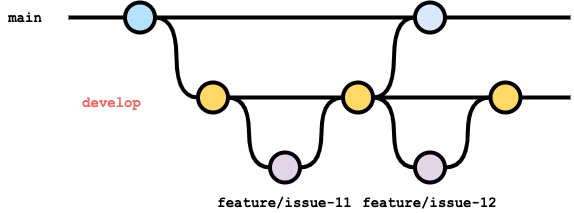
This is documents/forGitBranch/branch_strategy_develop.drawio.png from future-architect/coding-standards, a draw.io export, as it was before one commit. Source tidied: cells renumbered, new cells last; positions are measured from the earlier drawing's top-left corner, leaving out a move shared by most shapes. The source it was exported from:
```xml
<mxGraphModel>
  <root>
    <mxCell id="0" />
    <mxCell id="1" parent="0" />
    <mxCell id="2" style="edgeStyle=orthogonalEdgeStyle;rounded=0;html=1;jettySize=auto;plain-blue;endArrow=none;endFill=0;strokeWidth=4;strokeColor=#000000;" parent="1" edge="1" source="4" target="6">
      <mxGeometry x="304.5" y="180" as="geometry" />
    </mxCell>
    <mxCell id="3" style="edgeStyle=orthogonalEdgeStyle;curved=1;rounded=0;html=1;exitX=1;exitY=0.5;exitPerimeter=0;entryX=0;entryY=0.5;entryPerimeter=0;endArrow=none;endFill=0;jettySize=auto;strokeWidth=4;fontSize=15;" parent="1" edge="1" source="4" target="9">
      <mxGeometry relative="1" as="geometry" />
    </mxCell>
    <mxCell id="4" style="verticalLabelPosition=bottom;verticalAlign=top;html=1;strokeWidth=4;shape=mxgraph.flowchart.on-page_reference;plain-blue;gradientColor=none;fillColor=#B5E3Fe;strokeColor=#000000;" parent="1" vertex="1">
      <mxGeometry x="124.5" width="30" height="30" as="geometry" />
    </mxCell>
    <mxCell id="5" style="edgeStyle=orthogonalEdgeStyle;curved=1;rounded=0;jettySize=auto;html=1;endArrow=none;endFill=0;strokeWidth=4;fontFamily=Courier New;fontSize=16;" parent="1" edge="1" source="6">
      <mxGeometry relative="1" as="geometry">
        <mxPoint x="570" y="15" as="targetPoint" />
      </mxGeometry>
    </mxCell>
    <mxCell id="6" style="verticalLabelPosition=bottom;verticalAlign=top;html=1;strokeWidth=4;shape=mxgraph.flowchart.on-page_reference;plain-blue;gradientColor=none;strokeColor=#000000;" parent="1" vertex="1">
      <mxGeometry x="414.5" width="30" height="30" as="geometry" />
    </mxCell>
    <mxCell id="7" style="edgeStyle=orthogonalEdgeStyle;rounded=0;html=1;jettySize=auto;strokeWidth=4;endArrow=none;endFill=0;" parent="1" edge="1" target="4">
      <mxGeometry x="204.5" y="180" as="geometry">
        <mxPoint x="68" y="15" as="sourcePoint" />
      </mxGeometry>
    </mxCell>
    <mxCell id="8" value="main" style="text;html=1;strokeColor=none;fillColor=none;align=center;verticalAlign=middle;whiteSpace=wrap;overflow=hidden;fontSize=14;fontStyle=1;fontFamily=Courier New;" parent="1" vertex="1">
      <mxGeometry y="5" width="50" height="20" as="geometry" />
    </mxCell>
    <mxCell id="9" style="verticalLabelPosition=bottom;verticalAlign=top;html=1;strokeWidth=4;shape=mxgraph.flowchart.on-page_reference;plain-purple;gradientColor=none;strokeColor=#000000;fillColor=#FFD966;" parent="1" vertex="1">
      <mxGeometry x="197.5" y="80" width="30" height="30" as="geometry" />
    </mxCell>
    <mxCell id="10" style="verticalLabelPosition=bottom;verticalAlign=top;html=1;strokeWidth=4;shape=mxgraph.flowchart.on-page_reference;plain-purple;gradientColor=none;strokeColor=#000000;" parent="1" vertex="1">
      <mxGeometry x="269.5" y="150" width="30" height="30" as="geometry" />
    </mxCell>
    <mxCell id="11" style="edgeStyle=orthogonalEdgeStyle;curved=1;rounded=0;html=1;exitX=1;exitY=0.5;exitPerimeter=0;entryX=0;entryY=0.5;entryPerimeter=0;endArrow=none;endFill=0;jettySize=auto;strokeWidth=4;fontSize=15;" parent="1" edge="1" source="12" target="6">
      <mxGeometry relative="1" as="geometry" />
    </mxCell>
    <mxCell id="12" style="verticalLabelPosition=bottom;verticalAlign=top;html=1;strokeWidth=4;shape=mxgraph.flowchart.on-page_reference;plain-purple;gradientColor=none;strokeColor=#000000;fillColor=#FFD966;" parent="1" vertex="1">
      <mxGeometry x="342.5" y="80" width="30" height="30" as="geometry" />
    </mxCell>
    <mxCell id="13" value="develop" style="text;html=1;strokeColor=none;fillColor=none;align=center;verticalAlign=middle;whiteSpace=wrap;overflow=hidden;fontSize=14;fontStyle=1;fontFamily=Courier New;fontColor=#EA6B66;" parent="1" vertex="1">
      <mxGeometry x="30" y="90" width="162.5" height="20" as="geometry" />
    </mxCell>
    <mxCell id="14" value="feature/issue-11" style="text;html=1;strokeColor=none;fillColor=none;align=center;verticalAlign=middle;whiteSpace=wrap;overflow=hidden;fontSize=14;fontStyle=1;fontFamily=Courier New;" parent="1" vertex="1">
      <mxGeometry x="203.2" y="190" width="162.5" height="20" as="geometry" />
    </mxCell>
    <mxCell id="15" style="edgeStyle=orthogonalEdgeStyle;curved=1;rounded=0;html=1;exitX=1;exitY=0.5;exitPerimeter=0;entryX=0;entryY=0.5;entryPerimeter=0;endArrow=none;endFill=0;jettySize=auto;strokeWidth=4;fontSize=15;exitDx=0;exitDy=0;entryDx=0;entryDy=0;" parent="1" edge="1" source="9" target="10">
      <mxGeometry relative="1" as="geometry" />
    </mxCell>
    <mxCell id="16" style="edgeStyle=orthogonalEdgeStyle;rounded=0;html=1;jettySize=auto;plain-blue;endArrow=none;endFill=0;strokeWidth=4;strokeColor=#000000;exitX=1;exitY=0.5;exitDx=0;exitDy=0;exitPerimeter=0;" parent="1" edge="1" source="9">
      <mxGeometry x="304.5" y="180" as="geometry">
        <mxPoint x="340" y="95" as="targetPoint" />
      </mxGeometry>
    </mxCell>
    <mxCell id="17" style="edgeStyle=orthogonalEdgeStyle;curved=1;rounded=0;html=1;exitX=1;exitY=0.5;exitPerimeter=0;entryX=0;entryY=0.5;entryPerimeter=0;endArrow=none;endFill=0;jettySize=auto;strokeWidth=4;fontSize=15;exitDx=0;exitDy=0;entryDx=0;entryDy=0;" parent="1" edge="1" source="10" target="12">
      <mxGeometry relative="1" as="geometry" />
    </mxCell>
    <mxCell id="18" style="verticalLabelPosition=bottom;verticalAlign=top;html=1;strokeWidth=4;shape=mxgraph.flowchart.on-page_reference;plain-purple;gradientColor=none;strokeColor=#000000;" parent="1" vertex="1">
      <mxGeometry x="414.5" y="150" width="30" height="30" as="geometry" />
    </mxCell>
    <mxCell id="19" value="feature/issue-12" style="text;html=1;strokeColor=none;fillColor=none;align=center;verticalAlign=middle;whiteSpace=wrap;overflow=hidden;fontSize=14;fontStyle=1;fontFamily=Courier New;" parent="1" vertex="1">
      <mxGeometry x="348.2" y="190" width="162.5" height="20" as="geometry" />
    </mxCell>
    <mxCell id="20" style="edgeStyle=orthogonalEdgeStyle;rounded=0;html=1;jettySize=auto;plain-blue;endArrow=none;endFill=0;strokeWidth=4;strokeColor=#000000;exitX=1;exitY=0.5;exitDx=0;exitDy=0;exitPerimeter=0;" parent="1" edge="1" source="12" target="21">
      <mxGeometry x="304.5" y="180" as="geometry" />
    </mxCell>
    <mxCell id="21" style="verticalLabelPosition=bottom;verticalAlign=top;html=1;strokeWidth=4;shape=mxgraph.flowchart.on-page_reference;plain-purple;gradientColor=none;strokeColor=#000000;fillColor=#FFD966;" parent="1" vertex="1">
      <mxGeometry x="490" y="80" width="30" height="30" as="geometry" />
    </mxCell>
    <mxCell id="22" style="edgeStyle=orthogonalEdgeStyle;curved=1;rounded=0;html=1;exitX=0;exitY=0.5;exitPerimeter=0;entryX=1;entryY=0.5;entryPerimeter=0;endArrow=none;endFill=0;jettySize=auto;strokeWidth=4;fontSize=15;exitDx=0;exitDy=0;entryDx=0;entryDy=0;" parent="1" edge="1" source="18" target="12">
      <mxGeometry relative="1" as="geometry" />
    </mxCell>
    <mxCell id="23" style="edgeStyle=orthogonalEdgeStyle;curved=1;rounded=0;html=1;exitX=0;exitY=0.5;exitPerimeter=0;entryX=1;entryY=0.5;entryPerimeter=0;endArrow=none;endFill=0;jettySize=auto;strokeWidth=4;fontSize=15;exitDx=0;exitDy=0;entryDx=0;entryDy=0;" parent="1" edge="1" source="21" target="18">
      <mxGeometry relative="1" as="geometry" />
    </mxCell>
    <mxCell id="24" style="edgeStyle=orthogonalEdgeStyle;curved=1;rounded=0;jettySize=auto;html=1;endArrow=none;endFill=0;strokeWidth=4;fontFamily=Courier New;fontSize=16;exitX=1;exitY=0.5;exitDx=0;exitDy=0;exitPerimeter=0;" parent="1" edge="1" source="21">
      <mxGeometry relative="1" as="geometry">
        <mxPoint x="570" y="95" as="targetPoint" />
      </mxGeometry>
    </mxCell>
  </root>
</mxGraphModel>
```
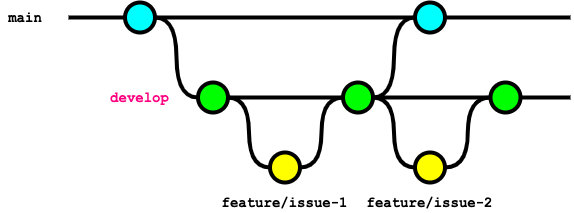
The same diagram one commit later.

What changed in the source:
```diff
@@ -2,13 +2,10 @@
   <root>
     <mxCell id="0" />
     <mxCell id="1" parent="0" />
-    <mxCell id="2" style="edgeStyle=orthogonalEdgeStyle;rounded=0;html=1;jettySize=auto;plain-blue;endArrow=none;endFill=0;strokeWidth=4;strokeColor=#000000;" parent="1" edge="1" source="4" target="6">
-      <mxGeometry x="304.5" y="180" as="geometry" />
-    </mxCell>
     <mxCell id="3" style="edgeStyle=orthogonalEdgeStyle;curved=1;rounded=0;html=1;exitX=1;exitY=0.5;exitPerimeter=0;entryX=0;entryY=0.5;entryPerimeter=0;endArrow=none;endFill=0;jettySize=auto;strokeWidth=4;fontSize=15;" parent="1" edge="1" source="4" target="9">
       <mxGeometry relative="1" as="geometry" />
     </mxCell>
-    <mxCell id="4" style="verticalLabelPosition=bottom;verticalAlign=top;html=1;strokeWidth=4;shape=mxgraph.flowchart.on-page_reference;plain-blue;gradientColor=none;fillColor=#B5E3Fe;strokeColor=#000000;" parent="1" vertex="1">
+    <mxCell id="4" style="verticalLabelPosition=bottom;verticalAlign=top;html=1;strokeWidth=4;shape=mxgraph.flowchart.on-page_reference;plain-blue;gradientColor=none;fillColor=#00FFFF;strokeColor=#000000;" parent="1" vertex="1">
       <mxGeometry x="124.5" width="30" height="30" as="geometry" />
     </mxCell>
     <mxCell id="5" style="edgeStyle=orthogonalEdgeStyle;curved=1;rounded=0;jettySize=auto;html=1;endArrow=none;endFill=0;strokeWidth=4;fontFamily=Courier New;fontSize=16;" parent="1" edge="1" source="6">
@@ -16,7 +13,7 @@
         <mxPoint x="570" y="15" as="targetPoint" />
       </mxGeometry>
     </mxCell>
-    <mxCell id="6" style="verticalLabelPosition=bottom;verticalAlign=top;html=1;strokeWidth=4;shape=mxgraph.flowchart.on-page_reference;plain-blue;gradientColor=none;strokeColor=#000000;" parent="1" vertex="1">
+    <mxCell id="6" style="verticalLabelPosition=bottom;verticalAlign=top;html=1;strokeWidth=4;shape=mxgraph.flowchart.on-page_reference;plain-blue;gradientColor=none;strokeColor=#000000;fillColor=#00FFFF;" parent="1" vertex="1">
       <mxGeometry x="414.5" width="30" height="30" as="geometry" />
     </mxCell>
     <mxCell id="7" style="edgeStyle=orthogonalEdgeStyle;rounded=0;html=1;jettySize=auto;strokeWidth=4;endArrow=none;endFill=0;" parent="1" edge="1" target="4">
@@ -27,45 +24,37 @@
     <mxCell id="8" value="main" style="text;html=1;strokeColor=none;fillColor=none;align=center;verticalAlign=middle;whiteSpace=wrap;overflow=hidden;fontSize=14;fontStyle=1;fontFamily=Courier New;" parent="1" vertex="1">
       <mxGeometry y="5" width="50" height="20" as="geometry" />
     </mxCell>
-    <mxCell id="9" style="verticalLabelPosition=bottom;verticalAlign=top;html=1;strokeWidth=4;shape=mxgraph.flowchart.on-page_reference;plain-purple;gradientColor=none;strokeColor=#000000;fillColor=#FFD966;" parent="1" vertex="1">
+    <mxCell id="9" style="verticalLabelPosition=bottom;verticalAlign=top;html=1;strokeWidth=4;shape=mxgraph.flowchart.on-page_reference;plain-purple;gradientColor=none;strokeColor=#000000;fillColor=#00FF00;" parent="1" vertex="1">
       <mxGeometry x="197.5" y="80" width="30" height="30" as="geometry" />
     </mxCell>
-    <mxCell id="10" style="verticalLabelPosition=bottom;verticalAlign=top;html=1;strokeWidth=4;shape=mxgraph.flowchart.on-page_reference;plain-purple;gradientColor=none;strokeColor=#000000;" parent="1" vertex="1">
+    <mxCell id="10" style="verticalLabelPosition=bottom;verticalAlign=top;html=1;strokeWidth=4;shape=mxgraph.flowchart.on-page_reference;plain-purple;gradientColor=none;strokeColor=#000000;fillColor=#FFFF00;" parent="1" vertex="1">
       <mxGeometry x="269.5" y="150" width="30" height="30" as="geometry" />
     </mxCell>
     <mxCell id="11" style="edgeStyle=orthogonalEdgeStyle;curved=1;rounded=0;html=1;exitX=1;exitY=0.5;exitPerimeter=0;entryX=0;entryY=0.5;entryPerimeter=0;endArrow=none;endFill=0;jettySize=auto;strokeWidth=4;fontSize=15;" parent="1" edge="1" source="12" target="6">
       <mxGeometry relative="1" as="geometry" />
     </mxCell>
-    <mxCell id="12" style="verticalLabelPosition=bottom;verticalAlign=top;html=1;strokeWidth=4;shape=mxgraph.flowchart.on-page_reference;plain-purple;gradientColor=none;strokeColor=#000000;fillColor=#FFD966;" parent="1" vertex="1">
+    <mxCell id="12" style="verticalLabelPosition=bottom;verticalAlign=top;html=1;strokeWidth=4;shape=mxgraph.flowchart.on-page_reference;plain-purple;gradientColor=none;strokeColor=#000000;fillColor=#00FF00;" parent="1" vertex="1">
       <mxGeometry x="342.5" y="80" width="30" height="30" as="geometry" />
     </mxCell>
-    <mxCell id="13" value="develop" style="text;html=1;strokeColor=none;fillColor=none;align=center;verticalAlign=middle;whiteSpace=wrap;overflow=hidden;fontSize=14;fontStyle=1;fontFamily=Courier New;fontColor=#EA6B66;" parent="1" vertex="1">
-      <mxGeometry x="30" y="90" width="162.5" height="20" as="geometry" />
+    <mxCell id="13" value="develop" style="text;html=1;strokeColor=none;fillColor=none;align=center;verticalAlign=middle;whiteSpace=wrap;overflow=hidden;fontSize=14;fontStyle=1;fontFamily=Courier New;fontColor=#FF0080;" parent="1" vertex="1">
+      <mxGeometry x="58.2" y="85" width="162.5" height="20" as="geometry" />
     </mxCell>
-    <mxCell id="14" value="feature/issue-11" style="text;html=1;strokeColor=none;fillColor=none;align=center;verticalAlign=middle;whiteSpace=wrap;overflow=hidden;fontSize=14;fontStyle=1;fontFamily=Courier New;" parent="1" vertex="1">
+    <mxCell id="14" value="feature/issue-1" style="text;html=1;strokeColor=none;fillColor=none;align=center;verticalAlign=middle;whiteSpace=wrap;overflow=hidden;fontSize=14;fontStyle=1;fontFamily=Courier New;" parent="1" vertex="1">
       <mxGeometry x="203.2" y="190" width="162.5" height="20" as="geometry" />
     </mxCell>
     <mxCell id="15" style="edgeStyle=orthogonalEdgeStyle;curved=1;rounded=0;html=1;exitX=1;exitY=0.5;exitPerimeter=0;entryX=0;entryY=0.5;entryPerimeter=0;endArrow=none;endFill=0;jettySize=auto;strokeWidth=4;fontSize=15;exitDx=0;exitDy=0;entryDx=0;entryDy=0;" parent="1" edge="1" source="9" target="10">
       <mxGeometry relative="1" as="geometry" />
     </mxCell>
-    <mxCell id="16" style="edgeStyle=orthogonalEdgeStyle;rounded=0;html=1;jettySize=auto;plain-blue;endArrow=none;endFill=0;strokeWidth=4;strokeColor=#000000;exitX=1;exitY=0.5;exitDx=0;exitDy=0;exitPerimeter=0;" parent="1" edge="1" source="9">
-      <mxGeometry x="304.5" y="180" as="geometry">
-        <mxPoint x="340" y="95" as="targetPoint" />
-      </mxGeometry>
-    </mxCell>
     <mxCell id="17" style="edgeStyle=orthogonalEdgeStyle;curved=1;rounded=0;html=1;exitX=1;exitY=0.5;exitPerimeter=0;entryX=0;entryY=0.5;entryPerimeter=0;endArrow=none;endFill=0;jettySize=auto;strokeWidth=4;fontSize=15;exitDx=0;exitDy=0;entryDx=0;entryDy=0;" parent="1" edge="1" source="10" target="12">
       <mxGeometry relative="1" as="geometry" />
     </mxCell>
-    <mxCell id="18" style="verticalLabelPosition=bottom;verticalAlign=top;html=1;strokeWidth=4;shape=mxgraph.flowchart.on-page_reference;plain-purple;gradientColor=none;strokeColor=#000000;" parent="1" vertex="1">
+    <mxCell id="18" style="verticalLabelPosition=bottom;verticalAlign=top;html=1;strokeWidth=4;shape=mxgraph.flowchart.on-page_reference;plain-purple;gradientColor=none;strokeColor=#000000;fillColor=#FFFF00;" parent="1" vertex="1">
       <mxGeometry x="414.5" y="150" width="30" height="30" as="geometry" />
     </mxCell>
-    <mxCell id="19" value="feature/issue-12" style="text;html=1;strokeColor=none;fillColor=none;align=center;verticalAlign=middle;whiteSpace=wrap;overflow=hidden;fontSize=14;fontStyle=1;fontFamily=Courier New;" parent="1" vertex="1">
+    <mxCell id="19" value="feature/issue-2" style="text;html=1;strokeColor=none;fillColor=none;align=center;verticalAlign=middle;whiteSpace=wrap;overflow=hidden;fontSize=14;fontStyle=1;fontFamily=Courier New;" parent="1" vertex="1">
       <mxGeometry x="348.2" y="190" width="162.5" height="20" as="geometry" />
     </mxCell>
-    <mxCell id="20" style="edgeStyle=orthogonalEdgeStyle;rounded=0;html=1;jettySize=auto;plain-blue;endArrow=none;endFill=0;strokeWidth=4;strokeColor=#000000;exitX=1;exitY=0.5;exitDx=0;exitDy=0;exitPerimeter=0;" parent="1" edge="1" source="12" target="21">
-      <mxGeometry x="304.5" y="180" as="geometry" />
-    </mxCell>
-    <mxCell id="21" style="verticalLabelPosition=bottom;verticalAlign=top;html=1;strokeWidth=4;shape=mxgraph.flowchart.on-page_reference;plain-purple;gradientColor=none;strokeColor=#000000;fillColor=#FFD966;" parent="1" vertex="1">
+    <mxCell id="21" style="verticalLabelPosition=bottom;verticalAlign=top;html=1;strokeWidth=4;shape=mxgraph.flowchart.on-page_reference;plain-purple;gradientColor=none;strokeColor=#000000;fillColor=#00FF00;" parent="1" vertex="1">
       <mxGeometry x="490" y="80" width="30" height="30" as="geometry" />
     </mxCell>
     <mxCell id="22" style="edgeStyle=orthogonalEdgeStyle;curved=1;rounded=0;html=1;exitX=0;exitY=0.5;exitPerimeter=0;entryX=1;entryY=0.5;entryPerimeter=0;endArrow=none;endFill=0;jettySize=auto;strokeWidth=4;fontSize=15;exitDx=0;exitDy=0;entryDx=0;entryDy=0;" parent="1" edge="1" source="18" target="12">
@@ -79,5 +68,14 @@
         <mxPoint x="570" y="95" as="targetPoint" />
       </mxGeometry>
     </mxCell>
+    <mxCell id="20" style="edgeStyle=orthogonalEdgeStyle;curved=1;rounded=0;jettySize=auto;html=1;endArrow=none;endFill=0;strokeWidth=4;fontFamily=Courier New;fontSize=16;exitX=1;exitY=0.5;exitDx=0;exitDy=0;exitPerimeter=0;entryX=0;entryY=0.5;entryDx=0;entryDy=0;entryPerimeter=0;" parent="1" edge="1" source="12" target="21">
+      <mxGeometry relative="1" as="geometry" />
+    </mxCell>
+    <mxCell id="25" style="edgeStyle=orthogonalEdgeStyle;curved=1;rounded=0;jettySize=auto;html=1;endArrow=none;endFill=0;strokeWidth=4;fontFamily=Courier New;fontSize=16;exitX=1;exitY=0.5;exitDx=0;exitDy=0;exitPerimeter=0;" parent="1" edge="1" source="9" target="12">
+      <mxGeometry relative="1" as="geometry" />
+    </mxCell>
+    <mxCell id="2" style="edgeStyle=orthogonalEdgeStyle;curved=1;rounded=0;jettySize=auto;html=1;endArrow=none;endFill=0;strokeWidth=4;fontFamily=Courier New;fontSize=16;exitX=1;exitY=0.5;exitDx=0;exitDy=0;exitPerimeter=0;entryX=0;entryY=0.5;entryDx=0;entryDy=0;entryPerimeter=0;" parent="1" edge="1" source="4" target="6">
+      <mxGeometry relative="1" as="geometry" />
+    </mxCell>
   </root>
 </mxGraphModel>
```
